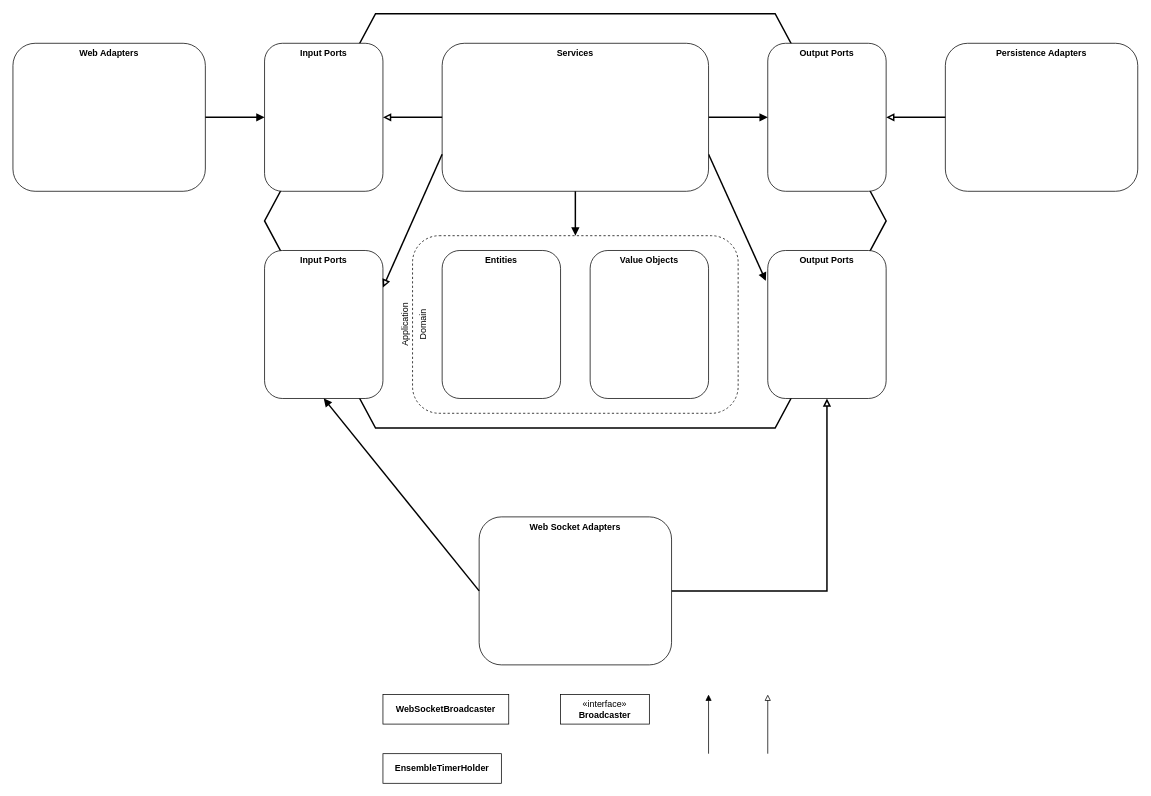
Above: oefeningen/les-3/lesprogramma/3_complete_app/3c_websocket/jouw_uitwerking.drawio in AIM-ENE/doex-opdracht-4 (draw.io), before the change. Source tidied: cells renumbered, new cells numbered last; positions are measured from the earlier drawing's top-left corner, leaving out a move shared by most shapes. Both pictures are drawn from the tidied source at 74%, with x=0, y=0 at pixel (13, 13).
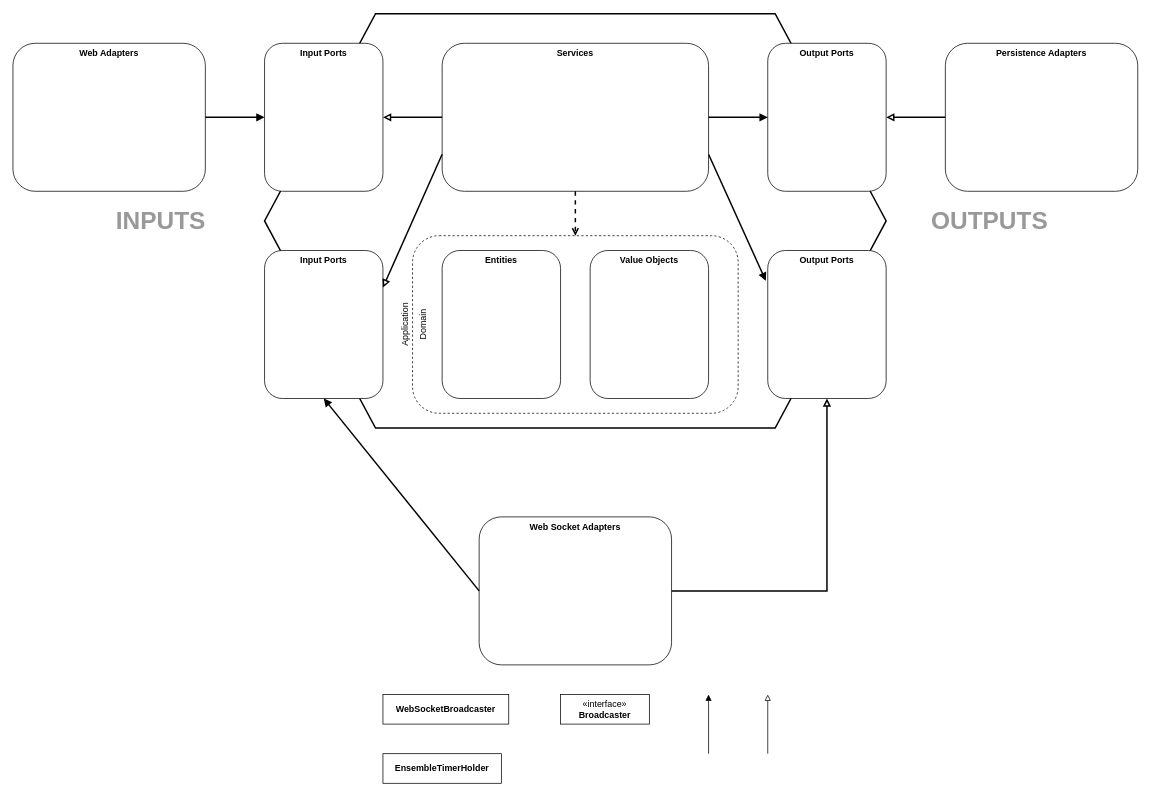
The same diagram, later.

Unchanged cells that the change refers to:
```xml
<mxCell id="8" style="rounded=1;whiteSpace=wrap;html=1;fillColor=none;dashed=1;" parent="1" vertex="1">
  <mxGeometry x="540" y="300" width="440" height="240" as="geometry" />
</mxCell>
<mxCell id="17" value="&lt;b&gt;Services&lt;/b&gt;" style="rounded=1;whiteSpace=wrap;html=1;verticalAlign=top;" parent="1" vertex="1">
  <mxGeometry x="580" y="40" width="360" height="200" as="geometry" />
</mxCell>
```

Change to the diagram source:
```diff
@@
-    <mxCell id="18" style="endArrow=block;html=1;rounded=0;strokeWidth=2;endFill=1;exitX=0.5;exitY=1;exitDx=0;exitDy=0;entryX=0.5;entryY=0;entryDx=0;entryDy=0;" parent="1" edge="1" source="17" target="8">
+    <mxCell id="18" style="endArrow=open;html=1;rounded=0;strokeWidth=2;endFill=0;exitX=0.5;exitY=1;exitDx=0;exitDy=0;entryX=0.5;entryY=0;entryDx=0;entryDy=0;dashed=1;" parent="1" edge="1" source="17" target="8">
       <mxGeometry relative="1" as="geometry" />
     </mxCell>
@@
+    <mxCell id="32" value="&lt;font style=&quot;font-size: 33px; font-style: normal;&quot;&gt;INPUTS&lt;/font&gt;" style="text;html=1;align=center;verticalAlign=middle;whiteSpace=wrap;rounded=0;fontStyle=3;fontColor=#999999;labelBackgroundColor=none;textShadow=0;" parent="26" vertex="1">
+      <mxGeometry x="100" y="240" width="200" height="80" as="geometry" />
+    </mxCell>
+    <mxCell id="33" value="&lt;font style=&quot;font-size: 33px; font-style: normal;&quot;&gt;OUTPUTS&lt;/font&gt;" style="text;html=1;align=center;verticalAlign=middle;whiteSpace=wrap;rounded=0;fontStyle=3;fontColor=#999999;labelBackgroundColor=none;textShadow=0;" parent="26" vertex="1">
+      <mxGeometry x="1220" y="240" width="200" height="80" as="geometry" />
+    </mxCell>
```
